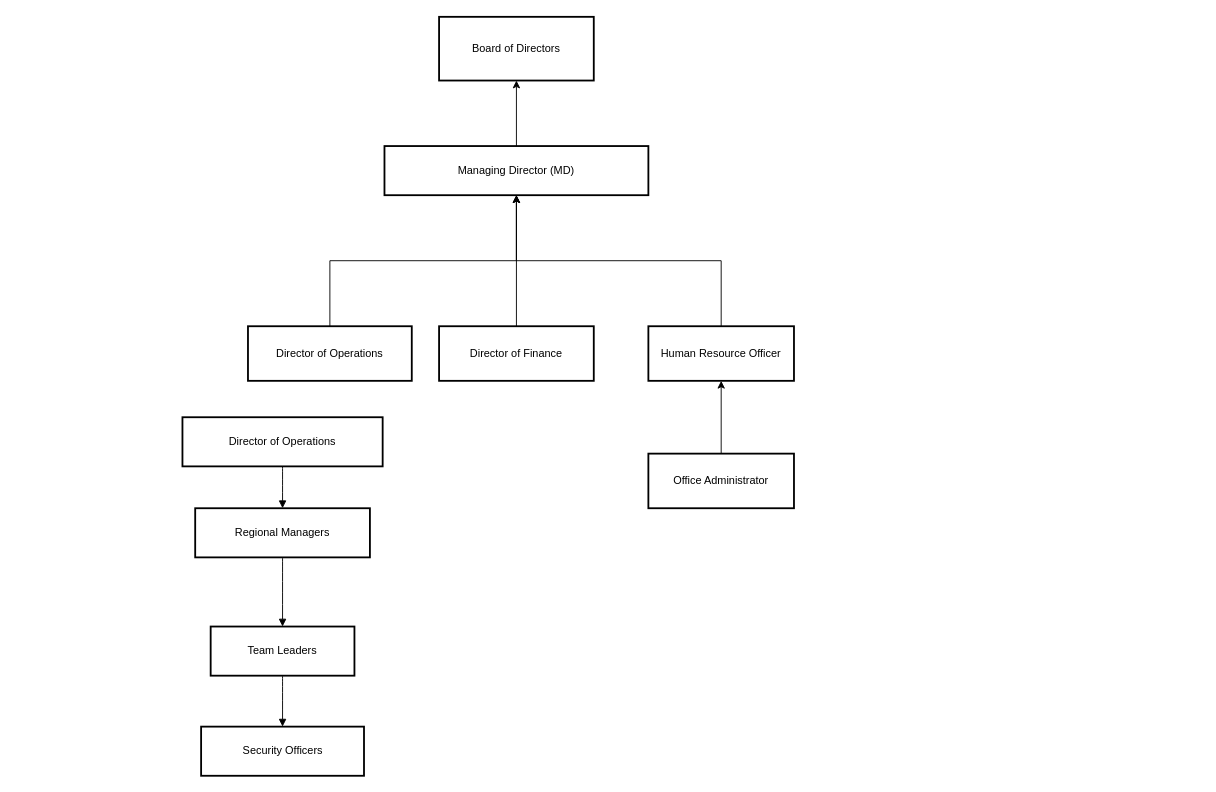
This is HR.drawio from BRIAN12682/Automation-Projects, a draw.io file, before an edit. Source tidied: cells renumbered, new cells numbered last; positions are measured from the earlier drawing's top-left corner, leaving out a move shared by most shapes. Both pictures are drawn from the tidied source at 91%, with x=0, y=0 at pixel (182, 16).
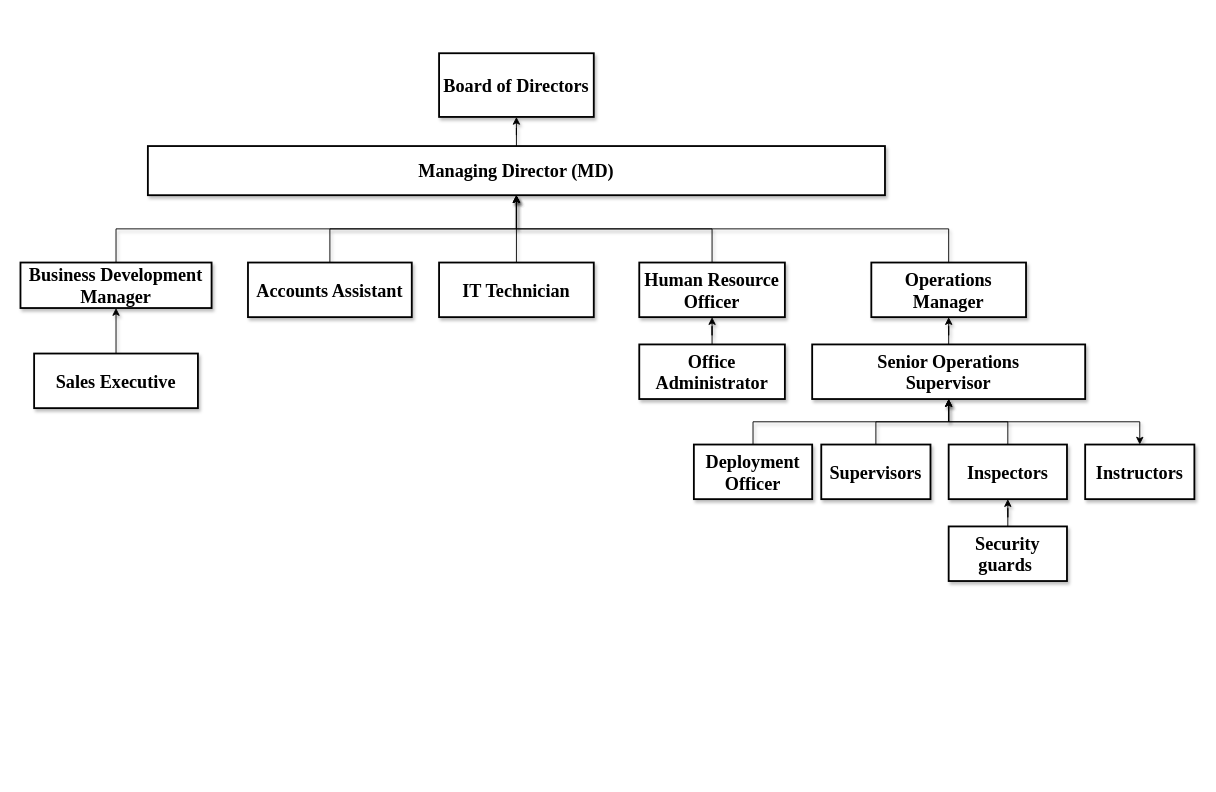
The same diagram, later.

The edit, as a diff of the source:
```diff
@@
-    <mxCell id="2" style="edgeStyle=orthogonalEdgeStyle;rounded=0;jettySize=auto;html=1;" parent="1" edge="1" source="6" target="14">
+    <mxCell id="2" style="edgeStyle=orthogonalEdgeStyle;rounded=0;jettySize=auto;fontStyle=1;shadow=1;fontSize=20;fontFamily=Times New Roman;textShadow=0;labelBorderColor=none;" parent="1" edge="1" source="6" target="14">
       <mxGeometry relative="1" as="geometry" />
     </mxCell>
-    <mxCell id="3" style="edgeStyle=orthogonalEdgeStyle;rounded=0;jettySize=auto;html=1;" parent="1" edge="1" source="15" target="6">
+    <mxCell id="3" style="edgeStyle=orthogonalEdgeStyle;rounded=0;jettySize=auto;fontStyle=1;shadow=1;fontSize=20;fontFamily=Times New Roman;textShadow=0;labelBorderColor=none;" parent="1" edge="1" source="15" target="6">
       <mxGeometry relative="1" as="geometry" />
     </mxCell>
-    <mxCell id="4" style="edgeStyle=orthogonalEdgeStyle;rounded=0;jettySize=auto;html=1;" parent="1" edge="1" source="16" target="6">
+    <mxCell id="4" style="edgeStyle=orthogonalEdgeStyle;rounded=0;jettySize=auto;fontStyle=1;shadow=1;fontSize=20;fontFamily=Times New Roman;textShadow=0;labelBorderColor=none;" parent="1" edge="1" source="16" target="6">
       <mxGeometry relative="1" as="geometry" />
     </mxCell>
-    <mxCell id="5" style="edgeStyle=orthogonalEdgeStyle;rounded=0;jettySize=auto;html=1;" parent="1" edge="1" source="18" target="6">
+    <mxCell id="5" style="edgeStyle=orthogonalEdgeStyle;rounded=0;jettySize=auto;fontStyle=1;shadow=1;fontSize=20;fontFamily=Times New Roman;textShadow=0;labelBorderColor=none;" parent="1" edge="1" source="18" target="6">
       <mxGeometry relative="1" as="geometry" />
     </mxCell>
+    <mxCell id="20" style="edgeStyle=orthogonalEdgeStyle;rounded=0;jettySize=auto;fontStyle=1;shadow=1;fontSize=20;fontFamily=Times New Roman;textShadow=0;labelBorderColor=none;" parent="1" edge="1" source="23" target="6">
+      <mxGeometry relative="1" as="geometry" />
+    </mxCell>
+    <mxCell id="21" style="edgeStyle=orthogonalEdgeStyle;rounded=0;jettySize=auto;fontStyle=1;shadow=1;fontSize=20;fontFamily=Times New Roman;textShadow=0;labelBorderColor=none;" parent="1" edge="1" source="26" target="6">
+      <mxGeometry relative="1" as="geometry" />
+    </mxCell>
-    <mxCell id="6" value="Managing Director (MD)" style="whiteSpace=wrap;strokeWidth=2;" parent="1" vertex="1">
-      <mxGeometry x="222" y="142" width="290" height="54" as="geometry" />
+    <mxCell id="6" value="Managing Director (MD)" style="whiteSpace=wrap;strokeWidth=2;fontStyle=1;shadow=1;fontSize=20;fontFamily=Times New Roman;textShadow=0;labelBorderColor=none;" parent="1" vertex="1">
+      <mxGeometry x="-38" y="142" width="810" height="54" as="geometry" />
     </mxCell>
-    <mxCell id="7" value="Director of Operations" style="whiteSpace=wrap;strokeWidth=2;" parent="1" vertex="1">
-      <mxGeometry y="440" width="220" height="54" as="geometry" />
-    </mxCell>
-    <mxCell id="8" value="Regional Managers" style="whiteSpace=wrap;strokeWidth=2;" parent="1" vertex="1">
-      <mxGeometry x="14" y="540" width="192" height="54" as="geometry" />
-    </mxCell>
-    <mxCell id="9" value="Team Leaders" style="whiteSpace=wrap;strokeWidth=2;" parent="1" vertex="1">
-      <mxGeometry x="31" y="670" width="158" height="54" as="geometry" />
-    </mxCell>
-    <mxCell id="10" value="Security Officers" style="whiteSpace=wrap;strokeWidth=2;" parent="1" vertex="1">
-      <mxGeometry x="20.5" y="780" width="179" height="54" as="geometry" />
-    </mxCell>
-    <mxCell id="11" style="curved=1;startArrow=none;endArrow=block;exitX=0.5;exitY=1;entryX=0.5;entryY=0;" parent="1" edge="1" source="7" target="8">
-      <mxGeometry relative="1" as="geometry" />
-    </mxCell>
-    <mxCell id="12" style="curved=1;startArrow=none;endArrow=block;exitX=0.5;exitY=1;entryX=0.5;entryY=0;" parent="1" edge="1" source="8" target="9">
-      <mxGeometry relative="1" as="geometry" />
-    </mxCell>
-    <mxCell id="13" style="curved=1;startArrow=none;endArrow=block;exitX=0.5;exitY=1;entryX=0.5;entryY=0;" parent="1" edge="1" source="9" target="10">
-      <mxGeometry relative="1" as="geometry" />
-    </mxCell>
-    <mxCell id="14" value="Board of Directors" style="whiteSpace=wrap;html=1;strokeWidth=2;" parent="1" vertex="1">
-      <mxGeometry x="282" width="170" height="70" as="geometry" />
+    <mxCell id="14" value="Board of Directors" style="whiteSpace=wrap;strokeWidth=2;fontStyle=1;shadow=1;fontSize=20;fontFamily=Times New Roman;textShadow=0;labelBorderColor=none;" parent="1" vertex="1">
+      <mxGeometry x="282" y="40" width="170" height="70" as="geometry" />
     </mxCell>
-    <mxCell id="15" value="Director of Operations" style="whiteSpace=wrap;html=1;strokeWidth=2;" parent="1" vertex="1">
-      <mxGeometry x="72" y="340" width="180" height="60" as="geometry" />
+    <mxCell id="15" value="Accounts Assistant" style="whiteSpace=wrap;strokeWidth=2;fontStyle=1;shadow=1;fontSize=20;fontFamily=Times New Roman;textShadow=0;labelBorderColor=none;" parent="1" vertex="1">
+      <mxGeometry x="72" y="270" width="180" height="60" as="geometry" />
     </mxCell>
-    <mxCell id="16" value="Director of Finance" style="whiteSpace=wrap;html=1;strokeWidth=2;" parent="1" vertex="1">
-      <mxGeometry x="282" y="340" width="170" height="60" as="geometry" />
+    <mxCell id="16" value="IT Technician" style="whiteSpace=wrap;strokeWidth=2;fontStyle=1;shadow=1;fontSize=20;fontFamily=Times New Roman;textShadow=0;labelBorderColor=none;" parent="1" vertex="1">
+      <mxGeometry x="282" y="270" width="170" height="60" as="geometry" />
     </mxCell>
-    <mxCell id="17" style="edgeStyle=orthogonalEdgeStyle;rounded=0;jettySize=auto;html=1;" parent="1" edge="1" source="19" target="18">
+    <mxCell id="17" style="edgeStyle=orthogonalEdgeStyle;rounded=0;jettySize=auto;fontStyle=1;shadow=1;fontSize=20;fontFamily=Times New Roman;textShadow=0;labelBorderColor=none;" parent="1" edge="1" source="19" target="18">
       <mxGeometry relative="1" as="geometry" />
     </mxCell>
-    <mxCell id="18" value="Human Resource Officer" style="whiteSpace=wrap;html=1;strokeWidth=2;" parent="1" vertex="1">
-      <mxGeometry x="512" y="340" width="160" height="60" as="geometry" />
+    <mxCell id="18" value="Human Resource Officer" style="whiteSpace=wrap;strokeWidth=2;fontStyle=1;shadow=1;fontSize=20;fontFamily=Times New Roman;textShadow=0;labelBorderColor=none;" parent="1" vertex="1">
+      <mxGeometry x="502" y="270" width="160" height="60" as="geometry" />
     </mxCell>
-    <mxCell id="19" value="Office Administrator" style="whiteSpace=wrap;html=1;strokeWidth=2;" parent="1" vertex="1">
-      <mxGeometry x="512" y="480" width="160" height="60" as="geometry" />
+    <mxCell id="19" value="Office Administrator" style="whiteSpace=wrap;strokeWidth=2;fontStyle=1;shadow=1;fontSize=20;fontFamily=Times New Roman;textShadow=0;labelBorderColor=none;" parent="1" vertex="1">
+      <mxGeometry x="502" y="360" width="160" height="60" as="geometry" />
     </mxCell>
+    <mxCell id="22" style="edgeStyle=orthogonalEdgeStyle;rounded=0;jettySize=auto;fontStyle=1;shadow=1;fontSize=20;fontFamily=Times New Roman;textShadow=0;labelBorderColor=none;" parent="1" edge="1" source="24" target="23">
+      <mxGeometry relative="1" as="geometry" />
+    </mxCell>
+    <mxCell id="23" value="Business Development&#10;Manager" style="whiteSpace=wrap;strokeWidth=2;fontStyle=1;shadow=1;fontSize=20;fontFamily=Times New Roman;textShadow=0;labelBorderColor=none;" parent="1" vertex="1">
+      <mxGeometry x="-178" y="270" width="210" height="50" as="geometry" />
+    </mxCell>
+    <mxCell id="24" value="Sales Executive" style="whiteSpace=wrap;strokeWidth=2;fontStyle=1;shadow=1;fontSize=20;fontFamily=Times New Roman;textShadow=0;labelBorderColor=none;" parent="1" vertex="1">
+      <mxGeometry x="-163" y="370" width="180" height="60" as="geometry" />
+    </mxCell>
+    <mxCell id="25" style="edgeStyle=orthogonalEdgeStyle;rounded=0;jettySize=auto;fontStyle=1;shadow=1;fontSize=20;fontFamily=Times New Roman;textShadow=0;labelBorderColor=none;" parent="1" edge="1" source="31" target="26">
+      <mxGeometry relative="1" as="geometry" />
+    </mxCell>
+    <mxCell id="26" value="Operations Manager" style="whiteSpace=wrap;strokeWidth=2;fontStyle=1;shadow=1;fontSize=20;fontFamily=Times New Roman;textShadow=0;labelBorderColor=none;" parent="1" vertex="1">
+      <mxGeometry x="757" y="270" width="170" height="60" as="geometry" />
+    </mxCell>
+    <mxCell id="27" style="edgeStyle=orthogonalEdgeStyle;rounded=0;jettySize=auto;fontStyle=1;shadow=1;fontSize=20;fontFamily=Times New Roman;textShadow=0;labelBorderColor=none;" parent="1" edge="1" source="32" target="31">
+      <mxGeometry relative="1" as="geometry" />
+    </mxCell>
+    <mxCell id="28" style="edgeStyle=orthogonalEdgeStyle;rounded=0;jettySize=auto;fontStyle=1;shadow=1;fontSize=20;fontFamily=Times New Roman;textShadow=0;labelBorderColor=none;" parent="1" edge="1" source="34" target="31">
+      <mxGeometry relative="1" as="geometry" />
+    </mxCell>
+    <mxCell id="29" style="edgeStyle=orthogonalEdgeStyle;rounded=0;jettySize=auto;fontStyle=1;shadow=1;fontSize=20;fontFamily=Times New Roman;textShadow=0;labelBorderColor=none;" parent="1" edge="1" source="35" target="31">
+      <mxGeometry relative="1" as="geometry" />
+    </mxCell>
+    <mxCell id="30" style="edgeStyle=orthogonalEdgeStyle;rounded=0;jettySize=auto;fontStyle=1;shadow=1;fontSize=20;fontFamily=Times New Roman;textShadow=0;labelBorderColor=none;" parent="1" edge="1" source="31" target="36">
+      <mxGeometry relative="1" as="geometry" />
+    </mxCell>
+    <mxCell id="31" value="Senior Operations&#10;Supervisor" style="whiteSpace=wrap;strokeWidth=2;fontStyle=1;shadow=1;fontSize=20;fontFamily=Times New Roman;textShadow=0;labelBorderColor=none;" parent="1" vertex="1">
+      <mxGeometry x="692" y="360" width="300" height="60" as="geometry" />
+    </mxCell>
+    <mxCell id="32" value="Deployment Officer" style="whiteSpace=wrap;strokeWidth=2;fontStyle=1;shadow=1;fontSize=20;fontFamily=Times New Roman;textShadow=0;labelBorderColor=none;" parent="1" vertex="1">
+      <mxGeometry x="562" y="470" width="130" height="60" as="geometry" />
+    </mxCell>
+    <mxCell id="33" style="edgeStyle=orthogonalEdgeStyle;rounded=0;jettySize=auto;fontStyle=1;shadow=1;fontSize=20;fontFamily=Times New Roman;textShadow=0;labelBorderColor=none;" parent="1" edge="1" source="37" target="34">
+      <mxGeometry relative="1" as="geometry" />
+    </mxCell>
+    <mxCell id="34" value="Inspectors" style="whiteSpace=wrap;strokeWidth=2;fontStyle=1;shadow=1;fontSize=20;fontFamily=Times New Roman;textShadow=0;labelBorderColor=none;" parent="1" vertex="1">
+      <mxGeometry x="842" y="470" width="130" height="60" as="geometry" />
+    </mxCell>
+    <mxCell id="35" value="Supervisors" style="whiteSpace=wrap;strokeWidth=2;fontStyle=1;shadow=1;fontSize=20;fontFamily=Times New Roman;textShadow=0;labelBorderColor=none;" parent="1" vertex="1">
+      <mxGeometry x="702" y="470" width="120" height="60" as="geometry" />
+    </mxCell>
+    <mxCell id="36" value="Instructors" style="whiteSpace=wrap;strokeWidth=2;fontStyle=1;shadow=1;fontSize=20;fontFamily=Times New Roman;textShadow=0;labelBorderColor=none;" parent="1" vertex="1">
+      <mxGeometry x="992" y="470" width="120" height="60" as="geometry" />
+    </mxCell>
+    <mxCell id="37" value="Security guards " style="whiteSpace=wrap;strokeWidth=2;fontStyle=1;shadow=1;fontSize=20;fontFamily=Times New Roman;textShadow=0;labelBorderColor=none;" parent="1" vertex="1">
+      <mxGeometry x="842" y="560" width="130" height="60" as="geometry" />
+    </mxCell>
```
